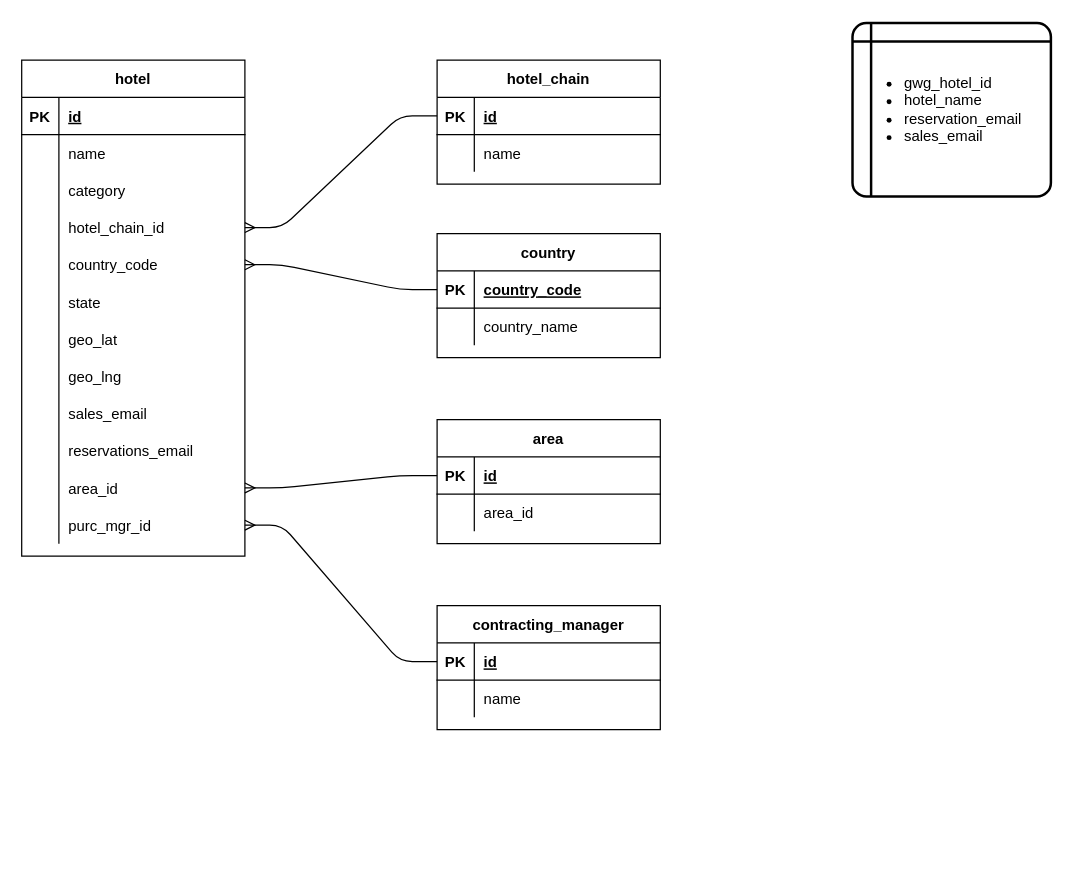
Before: hotels_master_list.drawio in justivan/drawio-diagrams, a draw.io diagram. Source tidied: cells renumbered, new cells numbered last; positions are measured from the earlier drawing's top-left corner, leaving out a move shared by most shapes. Both pictures are drawn from the tidied source at 124%, with x=0, y=0 at pixel (21, 22).
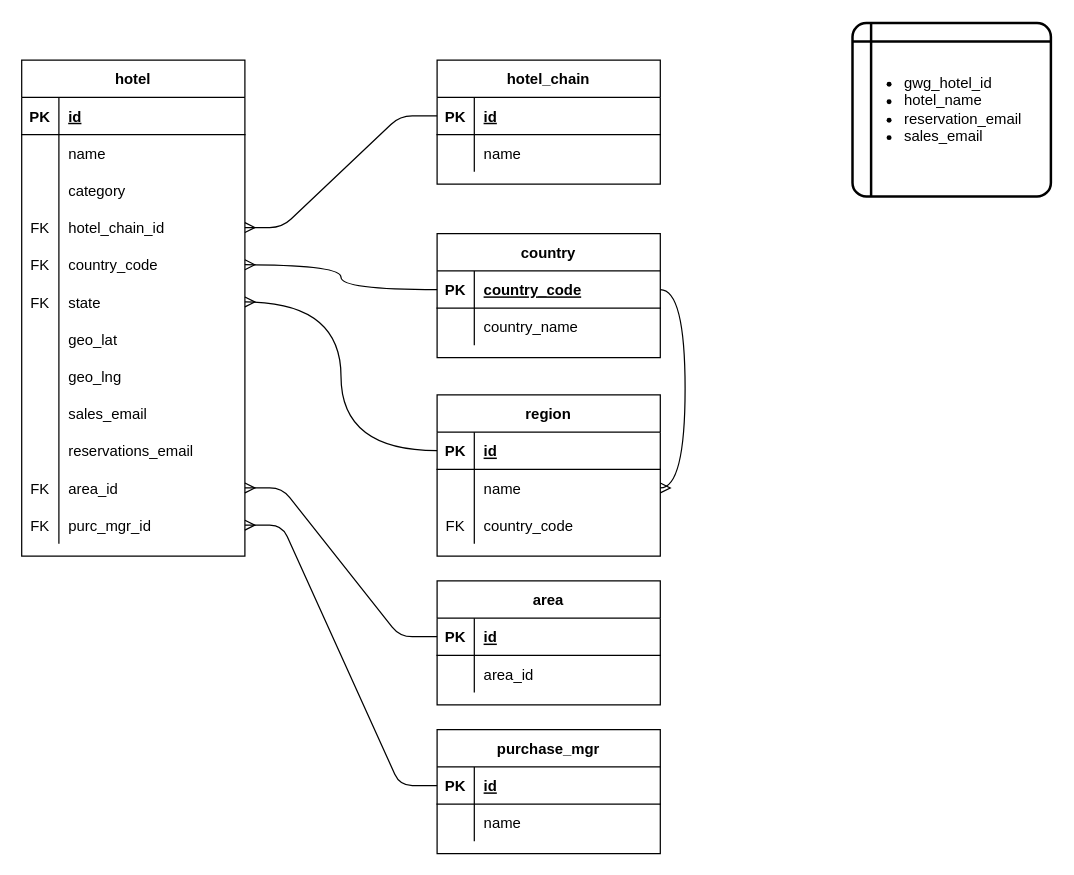
The same diagram, later.

Unchanged cells that the change refers to:
```xml
<mxCell id="12" style="shape=tableRow;horizontal=0;startSize=0;swimlaneHead=0;swimlaneBody=0;fillColor=none;points=[[0,0.5],[1,0.5]];portConstraint=eastwest;top=0;left=0;right=0;bottom=0;" parent="2" vertex="1">
  <mxGeometry y="120" width="180" height="30" as="geometry" />
</mxCell>
<mxCell id="15" style="shape=tableRow;horizontal=0;startSize=0;swimlaneHead=0;swimlaneBody=0;fillColor=none;points=[[0,0.5],[1,0.5]];portConstraint=eastwest;top=0;left=0;right=0;bottom=0;" parent="2" vertex="1">
  <mxGeometry y="150" width="180" height="30" as="geometry" />
</mxCell>
<mxCell id="18" style="shape=tableRow;horizontal=0;startSize=0;swimlaneHead=0;swimlaneBody=0;fillColor=none;points=[[0,0.5],[1,0.5]];portConstraint=eastwest;top=0;left=0;right=0;bottom=0;" parent="2" vertex="1">
  <mxGeometry y="180" width="180" height="30" as="geometry" />
</mxCell>
<mxCell id="33" style="shape=tableRow;horizontal=0;startSize=0;swimlaneHead=0;swimlaneBody=0;fillColor=none;points=[[0,0.5],[1,0.5]];portConstraint=eastwest;top=0;left=0;right=0;bottom=0;" parent="2" vertex="1">
  <mxGeometry y="330" width="180" height="30" as="geometry" />
</mxCell>
<mxCell id="36" style="shape=tableRow;horizontal=0;startSize=0;swimlaneHead=0;swimlaneBody=0;fillColor=none;points=[[0,0.5],[1,0.5]];portConstraint=eastwest;top=0;left=0;right=0;bottom=0;" parent="2" vertex="1">
  <mxGeometry y="360" width="180" height="30" as="geometry" />
</mxCell>
<mxCell id="41" style="shape=tableRow;horizontal=0;startSize=0;swimlaneHead=0;swimlaneBody=0;fillColor=none;points=[[0,0.5],[1,0.5]];portConstraint=eastwest;top=0;left=0;right=0;bottom=1;" parent="40" vertex="1">
  <mxGeometry y="30" width="180" height="30" as="geometry" />
</mxCell>
```

Change to the diagram source:
```diff
@@
-    <mxCell id="13" style="shape=partialRectangle;fillColor=none;top=0;left=0;bottom=0;right=0;overflow=hidden;" parent="12" vertex="1">
+    <mxCell id="13" value="FK" style="shape=partialRectangle;fillColor=none;top=0;left=0;bottom=0;right=0;overflow=hidden;" parent="12" vertex="1">
       <mxGeometry width="30" height="30" as="geometry" />
     </mxCell>
@@
-    <mxCell id="16" style="shape=partialRectangle;fillColor=none;top=0;left=0;bottom=0;right=0;overflow=hidden;" parent="15" vertex="1">
+    <mxCell id="16" value="FK" style="shape=partialRectangle;fillColor=none;top=0;left=0;bottom=0;right=0;overflow=hidden;" parent="15" vertex="1">
       <mxGeometry width="30" height="30" as="geometry" />
     </mxCell>
@@
-    <mxCell id="19" style="shape=partialRectangle;fillColor=none;top=0;left=0;bottom=0;right=0;overflow=hidden;" parent="18" vertex="1">
+    <mxCell id="19" value="FK" style="shape=partialRectangle;fillColor=none;top=0;left=0;bottom=0;right=0;overflow=hidden;" parent="18" vertex="1">
       <mxGeometry width="30" height="30" as="geometry" />
     </mxCell>
@@
-    <mxCell id="34" style="shape=partialRectangle;fillColor=none;top=0;left=0;bottom=0;right=0;overflow=hidden;" parent="33" vertex="1">
+    <mxCell id="34" value="FK" style="shape=partialRectangle;fillColor=none;top=0;left=0;bottom=0;right=0;overflow=hidden;" parent="33" vertex="1">
       <mxGeometry width="30" height="30" as="geometry" />
     </mxCell>
@@
-    <mxCell id="37" style="shape=partialRectangle;fillColor=none;top=0;left=0;bottom=0;right=0;overflow=hidden;" parent="36" vertex="1">
+    <mxCell id="37" value="FK" style="shape=partialRectangle;fillColor=none;top=0;left=0;bottom=0;right=0;overflow=hidden;" parent="36" vertex="1">
       <mxGeometry width="30" height="30" as="geometry" />
     </mxCell>
@@
-    <mxCell id="47" style="edgeStyle=entityRelationEdgeStyle;html=1;entryX=1;entryY=0.5;entryDx=0;entryDy=0;exitX=0;exitY=0.5;exitDx=0;exitDy=0;endArrow=ERmany;endFill=0;" parent="1" edge="1" source="41" target="15">
+    <mxCell id="47" style="edgeStyle=orthogonalEdgeStyle;html=1;entryX=1;entryY=0.5;entryDx=0;entryDy=0;exitX=0;exitY=0.5;exitDx=0;exitDy=0;endArrow=ERmany;endFill=0;elbow=vertical;curved=1;" parent="1" edge="1" source="41" target="15">
       <mxGeometry relative="1" as="geometry" />
     </mxCell>
-    <mxCell id="48" value="contracting_manager" style="shape=table;startSize=30;childLayout=tableLayout;rowLines=0;fontStyle=1;align=center;" parent="1" vertex="1">
-      <mxGeometry x="335" y="470" width="180" height="100" as="geometry" />
+    <mxCell id="48" value="purchase_mgr" style="shape=table;startSize=30;childLayout=tableLayout;rowLines=0;fontStyle=1;align=center;" parent="1" vertex="1">
+      <mxGeometry x="335" y="570" width="180" height="100" as="geometry" />
     </mxCell>
@@
     <mxCell id="64" value="area" style="shape=table;startSize=30;childLayout=tableLayout;rowLines=0;fontStyle=1;align=center;" parent="1" vertex="1">
-      <mxGeometry x="335" y="320" width="180" height="100" as="geometry" />
+      <mxGeometry x="335" y="450" width="180" height="100" as="geometry" />
     </mxCell>
@@
+    <mxCell id="72" value="region" style="shape=table;startSize=30;childLayout=tableLayout;rowLines=0;fontStyle=1;align=center;" parent="1" vertex="1">
+      <mxGeometry x="335" y="300" width="180" height="130" as="geometry" />
+    </mxCell>
+    <mxCell id="73" style="shape=tableRow;horizontal=0;startSize=0;swimlaneHead=0;swimlaneBody=0;fillColor=none;points=[[0,0.5],[1,0.5]];portConstraint=eastwest;top=0;left=0;right=0;bottom=1;" parent="72" vertex="1">
+      <mxGeometry y="30" width="180" height="30" as="geometry" />
+    </mxCell>
+    <mxCell id="74" value="PK" style="shape=partialRectangle;fillColor=none;top=0;left=0;bottom=0;right=0;fontStyle=1;overflow=hidden;" parent="73" vertex="1">
+      <mxGeometry width="30" height="30" as="geometry" />
+    </mxCell>
+    <mxCell id="75" value="id" style="shape=partialRectangle;fillColor=none;top=0;left=0;bottom=0;right=0;align=left;spacingLeft=6;fontStyle=5;overflow=hidden;" parent="73" vertex="1">
+      <mxGeometry x="30" width="150" height="30" as="geometry" />
+    </mxCell>
+    <mxCell id="76" style="shape=tableRow;horizontal=0;startSize=0;swimlaneHead=0;swimlaneBody=0;fillColor=none;points=[[0,0.5],[1,0.5]];portConstraint=eastwest;top=0;left=0;right=0;bottom=0;" parent="72" vertex="1">
+      <mxGeometry y="60" width="180" height="30" as="geometry" />
+    </mxCell>
+    <mxCell id="77" style="shape=partialRectangle;fillColor=none;top=0;left=0;bottom=0;right=0;overflow=hidden;" parent="76" vertex="1">
+      <mxGeometry width="30" height="30" as="geometry" />
+    </mxCell>
+    <mxCell id="78" value="name" style="shape=partialRectangle;fillColor=none;top=0;left=0;bottom=0;right=0;align=left;spacingLeft=6;overflow=hidden;" parent="76" vertex="1">
+      <mxGeometry x="30" width="150" height="30" as="geometry" />
+    </mxCell>
+    <mxCell id="79" style="shape=tableRow;horizontal=0;startSize=0;swimlaneHead=0;swimlaneBody=0;fillColor=none;top=0;left=0;right=0;bottom=0;" parent="72" vertex="1">
+      <mxGeometry y="90" width="180" height="30" as="geometry" />
+    </mxCell>
+    <mxCell id="80" value="FK" style="shape=partialRectangle;fillColor=none;top=0;left=0;bottom=0;right=0;overflow=hidden;" parent="79" vertex="1">
+      <mxGeometry width="30" height="30" as="geometry" />
+    </mxCell>
+    <mxCell id="81" value="country_code" style="shape=partialRectangle;fillColor=none;top=0;left=0;bottom=0;right=0;align=left;spacingLeft=6;overflow=hidden;" parent="79" vertex="1">
+      <mxGeometry x="30" width="150" height="30" as="geometry" />
+    </mxCell>
+    <mxCell id="82" style="edgeStyle=orthogonalEdgeStyle;curved=1;rounded=0;jettySize=auto;html=1;exitX=1;exitY=0.5;exitDx=0;exitDy=0;endArrow=ERmany;endFill=0;elbow=vertical;" parent="1" edge="1" source="41" target="76">
+      <mxGeometry relative="1" as="geometry" />
+    </mxCell>
+    <mxCell id="83" style="edgeStyle=orthogonalEdgeStyle;curved=1;rounded=0;jettySize=auto;html=1;exitX=0;exitY=0.5;exitDx=0;exitDy=0;entryX=1;entryY=0.5;entryDx=0;entryDy=0;endArrow=ERmany;endFill=0;elbow=vertical;" parent="1" edge="1" source="73" target="18">
+      <mxGeometry relative="1" as="geometry" />
+    </mxCell>
```
